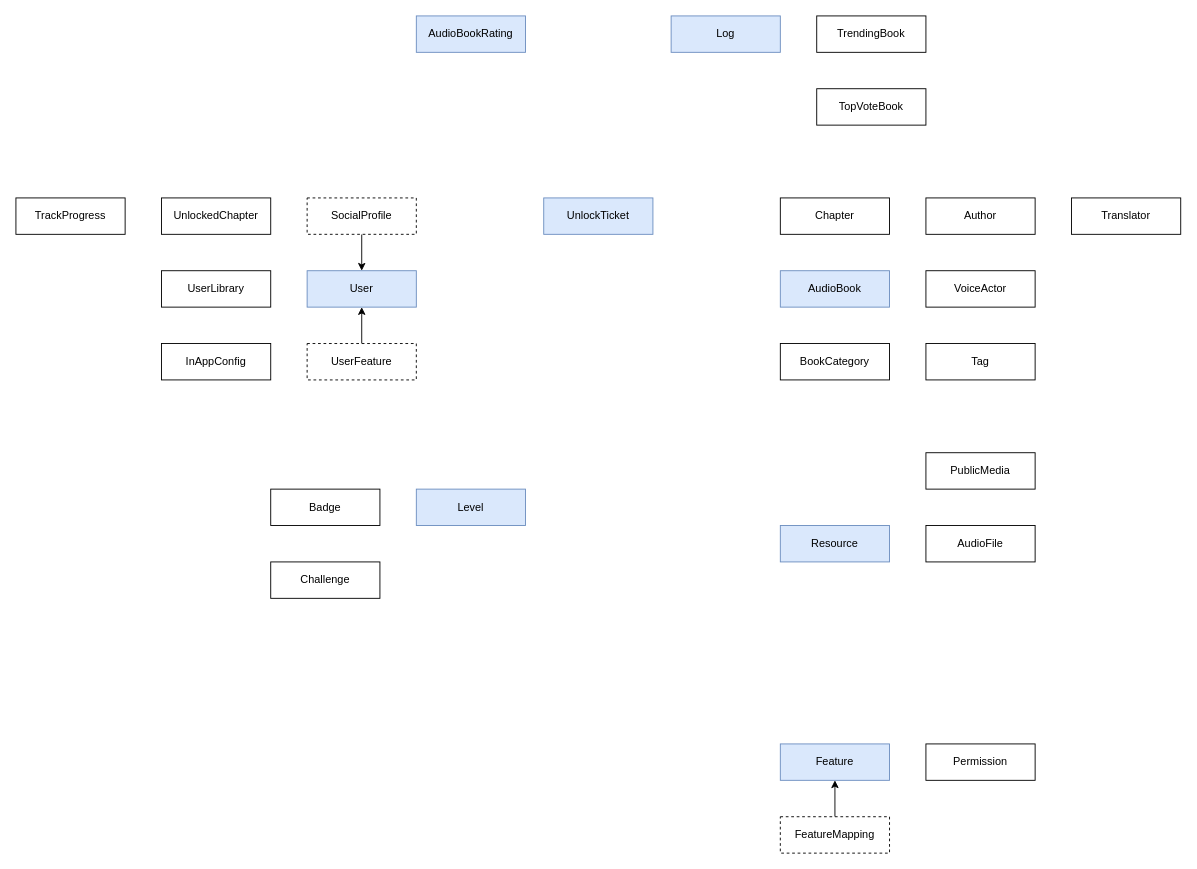
The draw.io diagram page "Entities" (1 of 2) of audio-book-app/entity.schema.drawio in pxuanbach/system-design, before the edit. Source tidied: cells renumbered, new cells numbered last; positions are measured from the earlier drawing's top-left corner, leaving out a move shared by most shapes. Both pictures are drawn from the tidied source at 91%, with x=0, y=0 at pixel (15, 15).
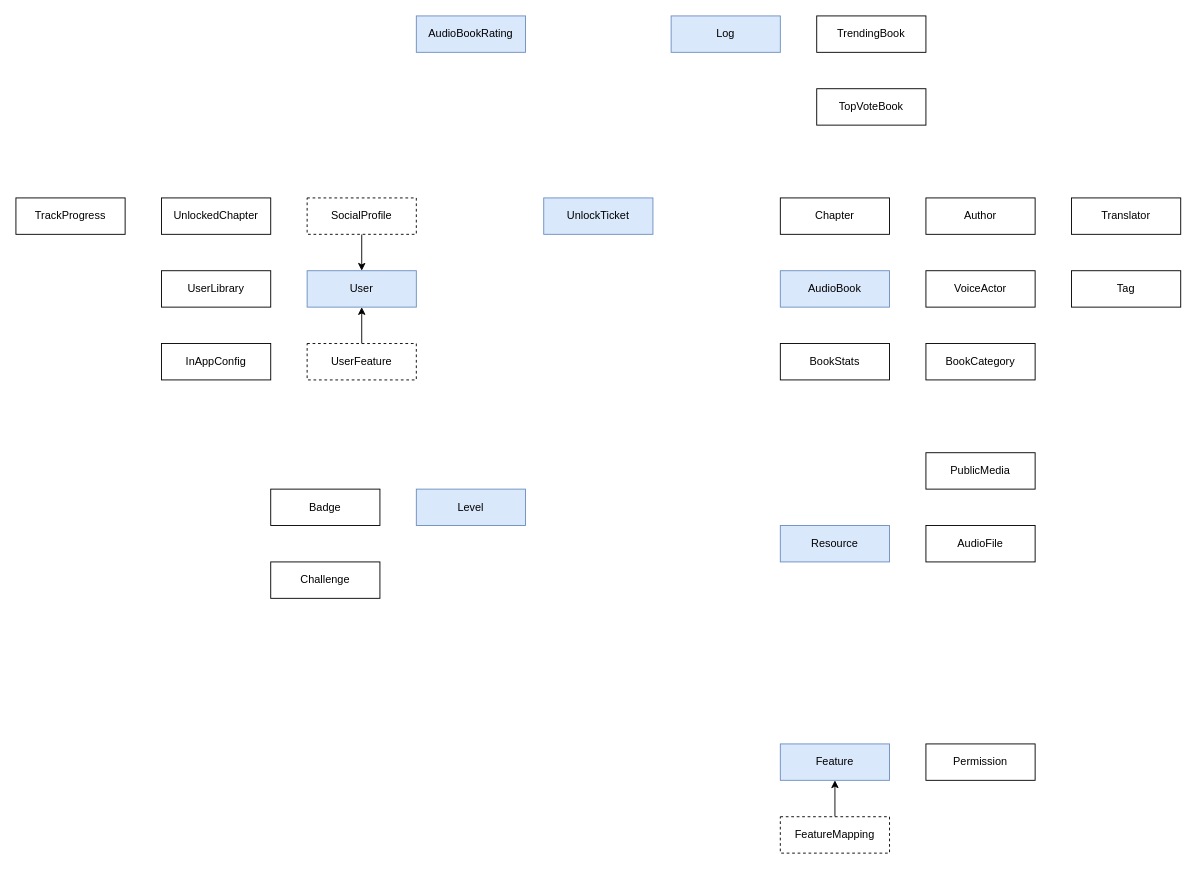
The same diagram, later.

The edit, as a diff of the source:
```diff
@@
     <mxCell id="10" value="BookCategory" style="rounded=0;whiteSpace=wrap;html=1;" parent="1" vertex="1">
-      <mxGeometry x="840" y="360" width="120" height="40" as="geometry" />
+      <mxGeometry x="1000" y="360" width="120" height="40" as="geometry" />
     </mxCell>
@@
     <mxCell id="14" value="Tag" style="rounded=0;whiteSpace=wrap;html=1;" parent="1" vertex="1">
-      <mxGeometry x="1000" y="360" width="120" height="40" as="geometry" />
+      <mxGeometry x="1160" y="280" width="120" height="40" as="geometry" />
     </mxCell>
@@
+    <mxCell id="33" value="BookStats" style="rounded=0;whiteSpace=wrap;html=1;" parent="1" vertex="1">
+      <mxGeometry x="840" y="360" width="120" height="40" as="geometry" />
+    </mxCell>
```
